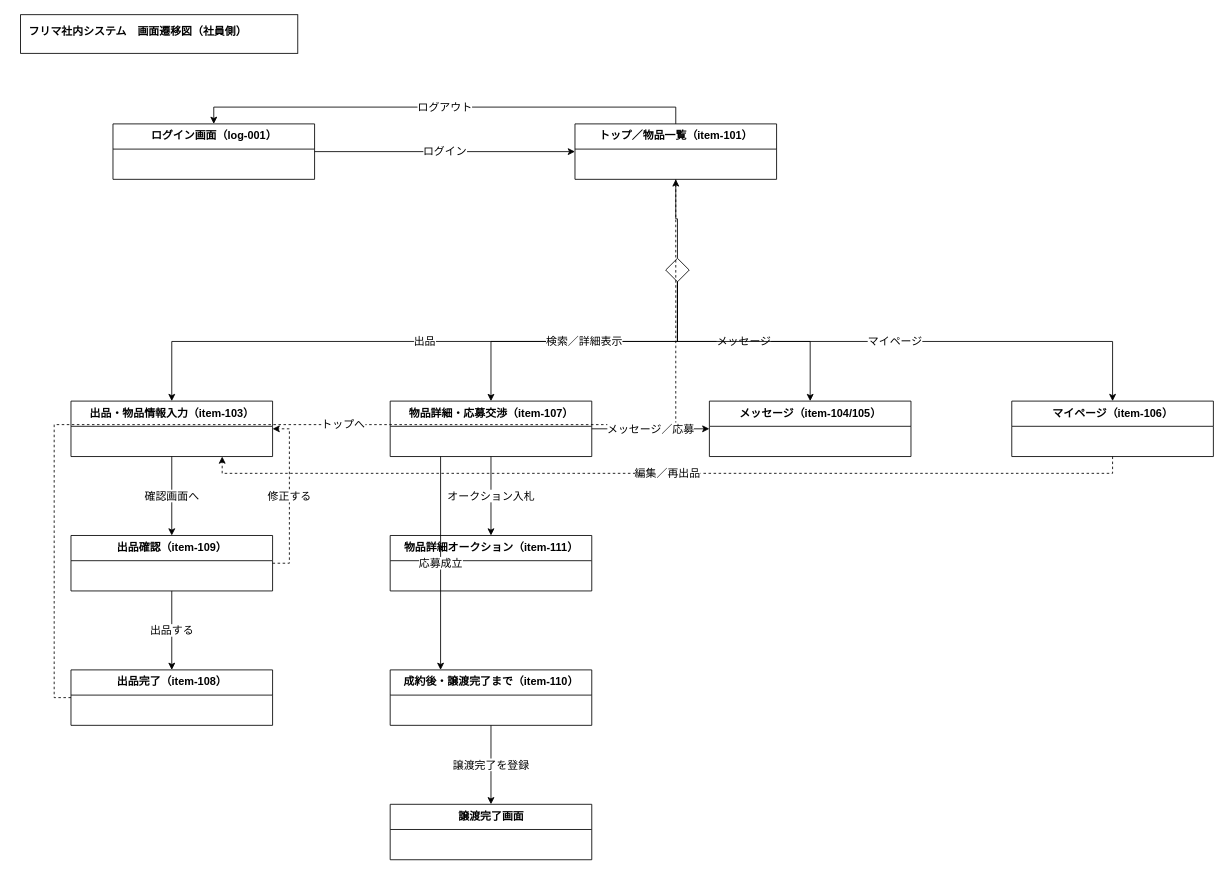
The draw.io diagram page "社員側" (1 of 2) of docs/design/画面遷移図_フリマ社内システム.drawio in eiei1358/system, before the edit. Source tidied: cells renumbered, new cells numbered last; positions are measured from the earlier drawing's top-left corner, leaving out a move shared by most shapes. Both pictures are drawn from the tidied source at 84%, with x=0, y=0 at pixel (20, 14).
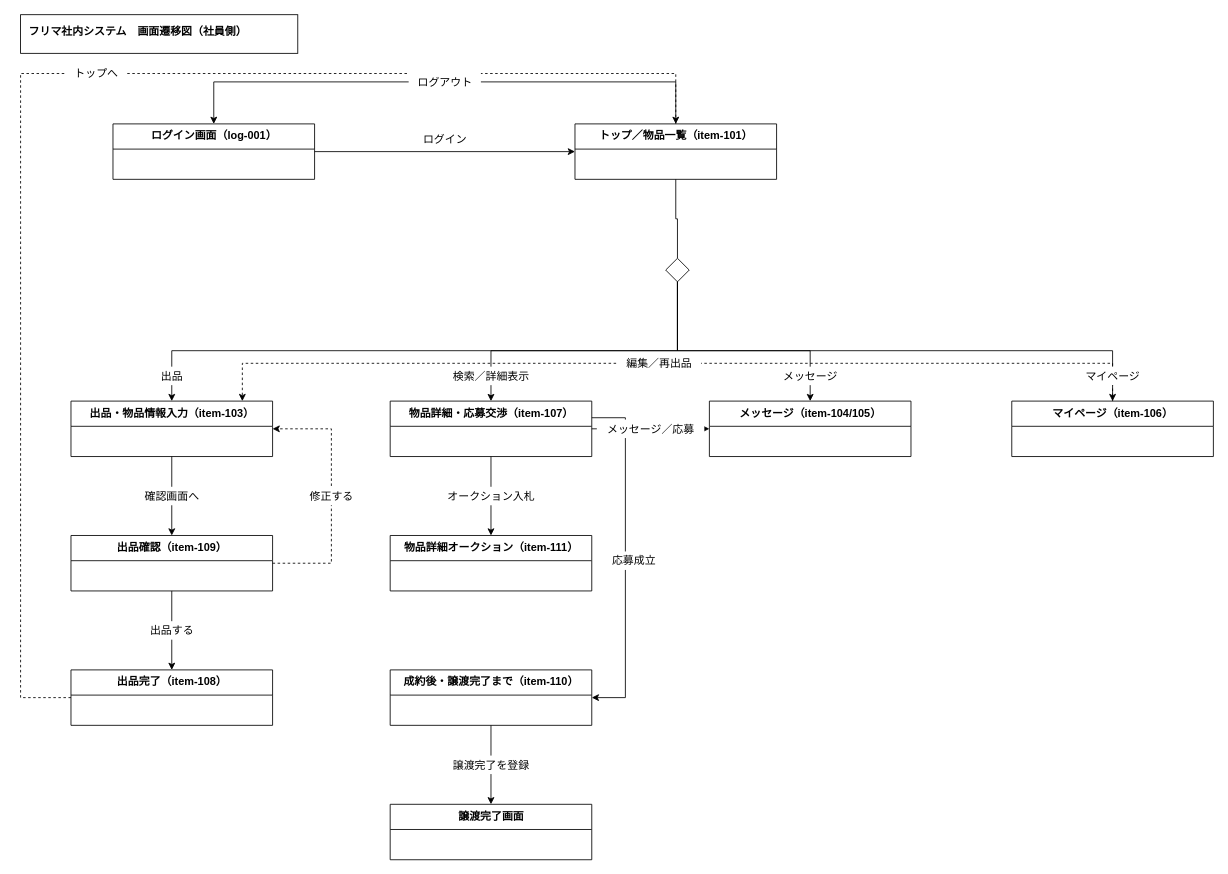
The same page after the edit.

Unchanged cells that the change refers to:
```xml
<mxCell id="3" value="ログイン画面（log-001）" style="swimlane;html=1;startSize=30;fillColor=#ffffff;strokeColor=#000000;fontStyle=1;fontSize=13;horizontal=1;swimlaneFillColor=#ffffff;verticalAlign=top;" parent="1" vertex="1">
  <mxGeometry x="110" y="130" width="240" height="66" as="geometry" />
</mxCell>
<mxCell id="4" value="トップ／物品一覧（item-101）" style="swimlane;html=1;startSize=30;fillColor=#ffffff;strokeColor=#000000;fontStyle=1;fontSize=13;horizontal=1;swimlaneFillColor=#ffffff;verticalAlign=top;" parent="1" vertex="1">
  <mxGeometry x="660" y="130" width="240" height="66" as="geometry" />
</mxCell>
<mxCell id="5" style="rhombus;whiteSpace=wrap;html=1;fillColor=#ffffff;strokeColor=#000000;" parent="1" vertex="1">
  <mxGeometry x="768" y="290" width="28" height="28" as="geometry" />
</mxCell>
<mxCell id="6" value="出品・物品情報入力（item-103）" style="swimlane;html=1;startSize=30;fillColor=#ffffff;strokeColor=#000000;fontStyle=1;fontSize=13;horizontal=1;swimlaneFillColor=#ffffff;verticalAlign=top;" parent="1" vertex="1">
  <mxGeometry x="60" y="460" width="240" height="66" as="geometry" />
</mxCell>
<mxCell id="7" value="出品確認（item-109）" style="swimlane;html=1;startSize=30;fillColor=#ffffff;strokeColor=#000000;fontStyle=1;fontSize=13;horizontal=1;swimlaneFillColor=#ffffff;verticalAlign=top;" parent="1" vertex="1">
  <mxGeometry x="60" y="620" width="240" height="66" as="geometry" />
</mxCell>
<mxCell id="8" value="出品完了（item-108）" style="swimlane;html=1;startSize=30;fillColor=#ffffff;strokeColor=#000000;fontStyle=1;fontSize=13;horizontal=1;swimlaneFillColor=#ffffff;verticalAlign=top;" parent="1" vertex="1">
  <mxGeometry x="60" y="780" width="240" height="66" as="geometry" />
</mxCell>
<mxCell id="9" value="物品詳細・応募交渉（item-107）" style="swimlane;html=1;startSize=30;fillColor=#ffffff;strokeColor=#000000;fontStyle=1;fontSize=13;horizontal=1;swimlaneFillColor=#ffffff;verticalAlign=top;" parent="1" vertex="1">
  <mxGeometry x="440" y="460" width="240" height="66" as="geometry" />
</mxCell>
<mxCell id="10" value="物品詳細オークション（item-111）" style="swimlane;html=1;startSize=30;fillColor=#ffffff;strokeColor=#000000;fontStyle=1;fontSize=13;horizontal=1;swimlaneFillColor=#ffffff;verticalAlign=top;" parent="1" vertex="1">
  <mxGeometry x="440" y="620" width="240" height="66" as="geometry" />
</mxCell>
<mxCell id="11" value="成約後・譲渡完了まで（item-110）" style="swimlane;html=1;startSize=30;fillColor=#ffffff;strokeColor=#000000;fontStyle=1;fontSize=13;horizontal=1;swimlaneFillColor=#ffffff;verticalAlign=top;" parent="1" vertex="1">
  <mxGeometry x="440" y="780" width="240" height="66" as="geometry" />
</mxCell>
<mxCell id="12" value="譲渡完了画面" style="swimlane;html=1;startSize=30;fillColor=#ffffff;strokeColor=#000000;fontStyle=1;fontSize=13;horizontal=1;swimlaneFillColor=#ffffff;verticalAlign=top;" parent="1" vertex="1">
  <mxGeometry x="440" y="940" width="240" height="66" as="geometry" />
</mxCell>
<mxCell id="13" value="メッセージ（item-104/105）" style="swimlane;html=1;startSize=30;fillColor=#ffffff;strokeColor=#000000;fontStyle=1;fontSize=13;horizontal=1;swimlaneFillColor=#ffffff;verticalAlign=top;" parent="1" vertex="1">
  <mxGeometry x="820" y="460" width="240" height="66" as="geometry" />
</mxCell>
<mxCell id="14" value="マイページ（item-106）" style="swimlane;html=1;startSize=30;fillColor=#ffffff;strokeColor=#000000;fontStyle=1;fontSize=13;horizontal=1;swimlaneFillColor=#ffffff;verticalAlign=top;" parent="1" vertex="1">
  <mxGeometry x="1180" y="460" width="240" height="66" as="geometry" />
</mxCell>
```

Change to the diagram source:
```diff
@@
-    <mxCell id="15" value="ログイン" style="edgeStyle=orthogonalEdgeStyle;rounded=0;html=1;endArrow=classic;fontSize=13;fontColor=#000000;labelBackgroundColor=#ffffff;jettySize=20;exitX=1;exitY=0.5;entryX=0;entryY=0.5;" parent="1" edge="1" source="3" target="4">
+    <mxCell id="15" style="edgeStyle=orthogonalEdgeStyle;rounded=0;html=1;fontSize=13;jettySize=20;exitX=1;exitY=0.5;entryX=0;entryY=0.5;endArrow=classic;" parent="1" edge="1" source="3" target="4">
       <mxGeometry relative="1" as="geometry" />
     </mxCell>
-    <mxCell id="16" value="ログアウト" style="edgeStyle=orthogonalEdgeStyle;rounded=0;html=1;endArrow=classic;fontSize=13;fontColor=#000000;labelBackgroundColor=#ffffff;jettySize=20;exitX=0.5;exitY=0;entryX=0.5;entryY=0;" parent="1" edge="1" source="4" target="3">
-      <mxGeometry relative="1" as="geometry" />
+    <mxCell id="16" style="edgeStyle=orthogonalEdgeStyle;rounded=0;html=1;fontSize=13;jettySize=20;exitX=0.5;exitY=0;entryX=0.5;entryY=0;endArrow=classic;" parent="1" edge="1" source="4" target="3">
+      <mxGeometry relative="1" as="geometry">
+        <Array as="points">
+          <mxPoint x="780" y="80" />
+          <mxPoint x="230" y="80" />
+        </Array>
+      </mxGeometry>
     </mxCell>
-    <mxCell id="17" style="edgeStyle=orthogonalEdgeStyle;rounded=0;html=1;endArrow=classic;fontSize=13;fontColor=#000000;labelBackgroundColor=#ffffff;jettySize=20;endArrow=none;exitX=0.5;exitY=1;entryX=0.5;entryY=0;" parent="1" edge="1" source="4" target="5">
+    <mxCell id="17" style="edgeStyle=orthogonalEdgeStyle;rounded=0;html=1;fontSize=13;jettySize=20;exitX=0.5;exitY=1;entryX=0.5;entryY=0;endArrow=none;" parent="1" edge="1" source="4" target="5">
       <mxGeometry relative="1" as="geometry" />
     </mxCell>
-    <mxCell id="18" value="出品" style="edgeStyle=orthogonalEdgeStyle;rounded=0;html=1;endArrow=classic;fontSize=13;fontColor=#000000;labelBackgroundColor=#ffffff;jettySize=20;exitX=0.5;exitY=1;entryX=0.5;entryY=0;" parent="1" edge="1" source="5" target="6">
-      <mxGeometry relative="1" as="geometry" />
+    <mxCell id="18" style="edgeStyle=orthogonalEdgeStyle;rounded=0;html=1;fontSize=13;jettySize=20;exitX=0.5;exitY=1;entryX=0.5;entryY=0;endArrow=classic;" parent="1" edge="1" source="5" target="6">
+      <mxGeometry relative="1" as="geometry">
+        <Array as="points">
+          <mxPoint x="782" y="400" />
+          <mxPoint x="180" y="400" />
+        </Array>
+      </mxGeometry>
     </mxCell>
-    <mxCell id="19" value="検索／詳細表示" style="edgeStyle=orthogonalEdgeStyle;rounded=0;html=1;endArrow=classic;fontSize=13;fontColor=#000000;labelBackgroundColor=#ffffff;jettySize=20;exitX=0.5;exitY=1;entryX=0.5;entryY=0;" parent="1" edge="1" source="5" target="9">
-      <mxGeometry relative="1" as="geometry" />
+    <mxCell id="19" style="edgeStyle=orthogonalEdgeStyle;rounded=0;html=1;fontSize=13;jettySize=20;exitX=0.5;exitY=1;entryX=0.5;entryY=0;endArrow=classic;" parent="1" edge="1" source="5" target="9">
+      <mxGeometry relative="1" as="geometry">
+        <Array as="points">
+          <mxPoint x="782" y="400" />
+          <mxPoint x="560" y="400" />
+        </Array>
+      </mxGeometry>
     </mxCell>
-    <mxCell id="20" value="メッセージ" style="edgeStyle=orthogonalEdgeStyle;rounded=0;html=1;endArrow=classic;fontSize=13;fontColor=#000000;labelBackgroundColor=#ffffff;jettySize=20;exitX=0.5;exitY=1;entryX=0.5;entryY=0;" parent="1" edge="1" source="5" target="13">
-      <mxGeometry relative="1" as="geometry" />
+    <mxCell id="20" style="edgeStyle=orthogonalEdgeStyle;rounded=0;html=1;fontSize=13;jettySize=20;exitX=0.5;exitY=1;entryX=0.5;entryY=0;endArrow=classic;" parent="1" edge="1" source="5" target="13">
+      <mxGeometry relative="1" as="geometry">
+        <Array as="points">
+          <mxPoint x="782" y="400" />
+          <mxPoint x="940" y="400" />
+        </Array>
+      </mxGeometry>
     </mxCell>
-    <mxCell id="21" value="マイページ" style="edgeStyle=orthogonalEdgeStyle;rounded=0;html=1;endArrow=classic;fontSize=13;fontColor=#000000;labelBackgroundColor=#ffffff;jettySize=20;exitX=0.5;exitY=1;entryX=0.5;entryY=0;" parent="1" edge="1" source="5" target="14">
-      <mxGeometry relative="1" as="geometry" />
+    <mxCell id="21" style="edgeStyle=orthogonalEdgeStyle;rounded=0;html=1;fontSize=13;jettySize=20;exitX=0.5;exitY=1;entryX=0.5;entryY=0;endArrow=classic;" parent="1" edge="1" source="5" target="14">
+      <mxGeometry relative="1" as="geometry">
+        <Array as="points">
+          <mxPoint x="782" y="400" />
+          <mxPoint x="1300" y="400" />
+        </Array>
+      </mxGeometry>
     </mxCell>
-    <mxCell id="22" value="確認画面へ" style="edgeStyle=orthogonalEdgeStyle;rounded=0;html=1;endArrow=classic;fontSize=13;fontColor=#000000;labelBackgroundColor=#ffffff;jettySize=20;exitX=0.5;exitY=1;entryX=0.5;entryY=0;" parent="1" edge="1" source="6" target="7">
+    <mxCell id="22" style="edgeStyle=orthogonalEdgeStyle;rounded=0;html=1;fontSize=13;jettySize=20;exitX=0.5;exitY=1;entryX=0.5;entryY=0;endArrow=classic;" parent="1" edge="1" source="6" target="7">
       <mxGeometry relative="1" as="geometry" />
     </mxCell>
-    <mxCell id="23" value="修正する" style="edgeStyle=orthogonalEdgeStyle;rounded=0;html=1;endArrow=classic;fontSize=13;fontColor=#000000;labelBackgroundColor=#ffffff;jettySize=20;dashed=1;exitX=1;exitY=0.5;entryX=1;entryY=0.5;" parent="1" edge="1" source="7" target="6">
-      <mxGeometry relative="1" as="geometry" />
+    <mxCell id="23" style="edgeStyle=orthogonalEdgeStyle;rounded=0;html=1;fontSize=13;jettySize=20;exitX=1;exitY=0.5;entryX=1;entryY=0.5;endArrow=classic;dashed=1;" parent="1" edge="1" source="7" target="6">
+      <mxGeometry relative="1" as="geometry">
+        <Array as="points">
+          <mxPoint x="370" y="653" />
+          <mxPoint x="370" y="493" />
+        </Array>
+      </mxGeometry>
     </mxCell>
-    <mxCell id="24" value="出品する" style="edgeStyle=orthogonalEdgeStyle;rounded=0;html=1;endArrow=classic;fontSize=13;fontColor=#000000;labelBackgroundColor=#ffffff;jettySize=20;exitX=0.5;exitY=1;entryX=0.5;entryY=0;" parent="1" edge="1" source="7" target="8">
+    <mxCell id="24" style="edgeStyle=orthogonalEdgeStyle;rounded=0;html=1;fontSize=13;jettySize=20;exitX=0.5;exitY=1;entryX=0.5;entryY=0;endArrow=classic;" parent="1" edge="1" source="7" target="8">
       <mxGeometry relative="1" as="geometry" />
     </mxCell>
-    <mxCell id="25" value="トップへ" style="edgeStyle=orthogonalEdgeStyle;rounded=0;html=1;endArrow=classic;fontSize=13;fontColor=#000000;labelBackgroundColor=#ffffff;jettySize=20;dashed=1;exitX=0;exitY=0.5;entryX=0.5;entryY=1;" parent="1" edge="1" source="8" target="4">
-      <mxGeometry relative="1" as="geometry" />
+    <mxCell id="25" style="edgeStyle=orthogonalEdgeStyle;rounded=0;html=1;fontSize=13;jettySize=20;exitX=0;exitY=0.5;entryX=0.5;entryY=0;endArrow=classic;dashed=1;" parent="1" edge="1" source="8" target="4">
+      <mxGeometry relative="1" as="geometry">
+        <Array as="points">
+          <mxPoint y="813" />
+          <mxPoint y="70" />
+          <mxPoint x="780" y="70" />
+        </Array>
+      </mxGeometry>
     </mxCell>
-    <mxCell id="26" value="オークション入札" style="edgeStyle=orthogonalEdgeStyle;rounded=0;html=1;endArrow=classic;fontSize=13;fontColor=#000000;labelBackgroundColor=#ffffff;jettySize=20;exitX=0.5;exitY=1;entryX=0.5;entryY=0;" parent="1" edge="1" source="9" target="10">
+    <mxCell id="26" style="edgeStyle=orthogonalEdgeStyle;rounded=0;html=1;fontSize=13;jettySize=20;exitX=0.5;exitY=1;entryX=0.5;entryY=0;endArrow=classic;" parent="1" edge="1" source="9" target="10">
       <mxGeometry relative="1" as="geometry" />
     </mxCell>
-    <mxCell id="27" value="メッセージ／応募" style="edgeStyle=orthogonalEdgeStyle;rounded=0;html=1;endArrow=classic;fontSize=13;fontColor=#000000;labelBackgroundColor=#ffffff;jettySize=20;exitX=1;exitY=0.5;entryX=0;entryY=0.5;" parent="1" edge="1" source="9" target="13">
+    <mxCell id="27" style="edgeStyle=orthogonalEdgeStyle;rounded=0;html=1;fontSize=13;jettySize=20;exitX=1;exitY=0.5;entryX=0;entryY=0.5;endArrow=classic;" parent="1" edge="1" source="9" target="13">
       <mxGeometry relative="1" as="geometry" />
     </mxCell>
-    <mxCell id="28" value="応募成立" style="edgeStyle=orthogonalEdgeStyle;rounded=0;html=1;endArrow=classic;fontSize=13;fontColor=#000000;labelBackgroundColor=#ffffff;jettySize=20;exitX=0.25;exitY=1;entryX=0.25;entryY=0;" parent="1" edge="1" source="9" target="11">
-      <mxGeometry relative="1" as="geometry" />
+    <mxCell id="28" style="edgeStyle=orthogonalEdgeStyle;rounded=0;html=1;fontSize=13;jettySize=20;exitX=1;exitY=0.3;entryX=1;entryY=0.5;endArrow=classic;" parent="1" edge="1" source="9" target="11">
+      <mxGeometry relative="1" as="geometry">
+        <Array as="points">
+          <mxPoint x="720" y="480" />
+          <mxPoint x="720" y="813" />
+        </Array>
+      </mxGeometry>
     </mxCell>
-    <mxCell id="29" value="譲渡完了を登録" style="edgeStyle=orthogonalEdgeStyle;rounded=0;html=1;endArrow=classic;fontSize=13;fontColor=#000000;labelBackgroundColor=#ffffff;jettySize=20;exitX=0.5;exitY=1;entryX=0.5;entryY=0;" parent="1" edge="1" source="11" target="12">
+    <mxCell id="29" style="edgeStyle=orthogonalEdgeStyle;rounded=0;html=1;fontSize=13;jettySize=20;exitX=0.5;exitY=1;entryX=0.5;entryY=0;endArrow=classic;" parent="1" edge="1" source="11" target="12">
       <mxGeometry relative="1" as="geometry" />
     </mxCell>
-    <mxCell id="30" value="編集／再出品" style="edgeStyle=orthogonalEdgeStyle;rounded=0;html=1;endArrow=classic;fontSize=13;fontColor=#000000;labelBackgroundColor=#ffffff;jettySize=20;dashed=1;exitX=0.5;exitY=1;entryX=0.75;entryY=1;" parent="1" edge="1" source="14" target="6">
-      <mxGeometry relative="1" as="geometry" />
+    <mxCell id="30" style="edgeStyle=orthogonalEdgeStyle;rounded=0;html=1;fontSize=13;jettySize=20;exitX=0.5;exitY=0;entryX=0.85;entryY=0;endArrow=classic;dashed=1;" parent="1" edge="1" source="14" target="6">
+      <mxGeometry relative="1" as="geometry">
+        <Array as="points">
+          <mxPoint x="1300" y="415" />
+          <mxPoint x="264" y="415" />
+        </Array>
+      </mxGeometry>
     </mxCell>
+    <mxCell id="31" value="ログイン" style="text;html=1;align=center;verticalAlign=middle;fillColor=#ffffff;strokeColor=none;fontSize=13;spacing=2;" parent="1" vertex="1">
+      <mxGeometry x="469" y="137" width="72" height="22" as="geometry" />
+    </mxCell>
+    <mxCell id="32" value="ログアウト" style="text;html=1;align=center;verticalAlign=middle;fillColor=#ffffff;strokeColor=none;fontSize=13;spacing=2;" parent="1" vertex="1">
+      <mxGeometry x="462" y="69" width="86" height="22" as="geometry" />
+    </mxCell>
+    <mxCell id="33" value="出品" style="text;html=1;align=center;verticalAlign=middle;fillColor=#ffffff;strokeColor=none;fontSize=13;spacing=2;" parent="1" vertex="1">
+      <mxGeometry x="158" y="419" width="44" height="22" as="geometry" />
+    </mxCell>
+    <mxCell id="34" value="検索／詳細表示" style="text;html=1;align=center;verticalAlign=middle;fillColor=#ffffff;strokeColor=none;fontSize=13;spacing=2;" parent="1" vertex="1">
+      <mxGeometry x="503" y="419" width="114" height="22" as="geometry" />
+    </mxCell>
+    <mxCell id="35" value="メッセージ" style="text;html=1;align=center;verticalAlign=middle;fillColor=#ffffff;strokeColor=none;fontSize=13;spacing=2;" parent="1" vertex="1">
+      <mxGeometry x="897" y="419" width="86" height="22" as="geometry" />
+    </mxCell>
+    <mxCell id="36" value="マイページ" style="text;html=1;align=center;verticalAlign=middle;fillColor=#ffffff;strokeColor=none;fontSize=13;spacing=2;" parent="1" vertex="1">
+      <mxGeometry x="1257" y="419" width="86" height="22" as="geometry" />
+    </mxCell>
+    <mxCell id="37" value="確認画面へ" style="text;html=1;align=center;verticalAlign=middle;fillColor=#ffffff;strokeColor=none;fontSize=13;spacing=2;" parent="1" vertex="1">
+      <mxGeometry x="137" y="562" width="86" height="22" as="geometry" />
+    </mxCell>
+    <mxCell id="38" value="修正する" style="text;html=1;align=center;verticalAlign=middle;fillColor=#ffffff;strokeColor=none;fontSize=13;spacing=2;" parent="1" vertex="1">
+      <mxGeometry x="334" y="562" width="72" height="22" as="geometry" />
+    </mxCell>
+    <mxCell id="39" value="出品する" style="text;html=1;align=center;verticalAlign=middle;fillColor=#ffffff;strokeColor=none;fontSize=13;spacing=2;" parent="1" vertex="1">
+      <mxGeometry x="144" y="722" width="72" height="22" as="geometry" />
+    </mxCell>
+    <mxCell id="40" value="トップへ" style="text;html=1;align=center;verticalAlign=middle;fillColor=#ffffff;strokeColor=none;fontSize=13;spacing=2;" parent="1" vertex="1">
+      <mxGeometry x="54" y="59" width="72" height="22" as="geometry" />
+    </mxCell>
+    <mxCell id="41" value="オークション入札" style="text;html=1;align=center;verticalAlign=middle;fillColor=#ffffff;strokeColor=none;fontSize=13;spacing=2;" parent="1" vertex="1">
+      <mxGeometry x="496" y="562" width="128" height="22" as="geometry" />
+    </mxCell>
+    <mxCell id="42" value="メッセージ／応募" style="text;html=1;align=center;verticalAlign=middle;fillColor=#ffffff;strokeColor=none;fontSize=13;spacing=2;" parent="1" vertex="1">
+      <mxGeometry x="686" y="482" width="128" height="22" as="geometry" />
+    </mxCell>
+    <mxCell id="43" value="応募成立" style="text;html=1;align=center;verticalAlign=middle;fillColor=#ffffff;strokeColor=none;fontSize=13;spacing=2;" parent="1" vertex="1">
+      <mxGeometry x="694" y="639" width="72" height="22" as="geometry" />
+    </mxCell>
+    <mxCell id="44" value="譲渡完了を登録" style="text;html=1;align=center;verticalAlign=middle;fillColor=#ffffff;strokeColor=none;fontSize=13;spacing=2;" parent="1" vertex="1">
+      <mxGeometry x="503" y="882" width="114" height="22" as="geometry" />
+    </mxCell>
+    <mxCell id="45" value="編集／再出品" style="text;html=1;align=center;verticalAlign=middle;fillColor=#ffffff;strokeColor=none;fontSize=13;spacing=2;" parent="1" vertex="1">
+      <mxGeometry x="710" y="404" width="100" height="22" as="geometry" />
+    </mxCell>
```
